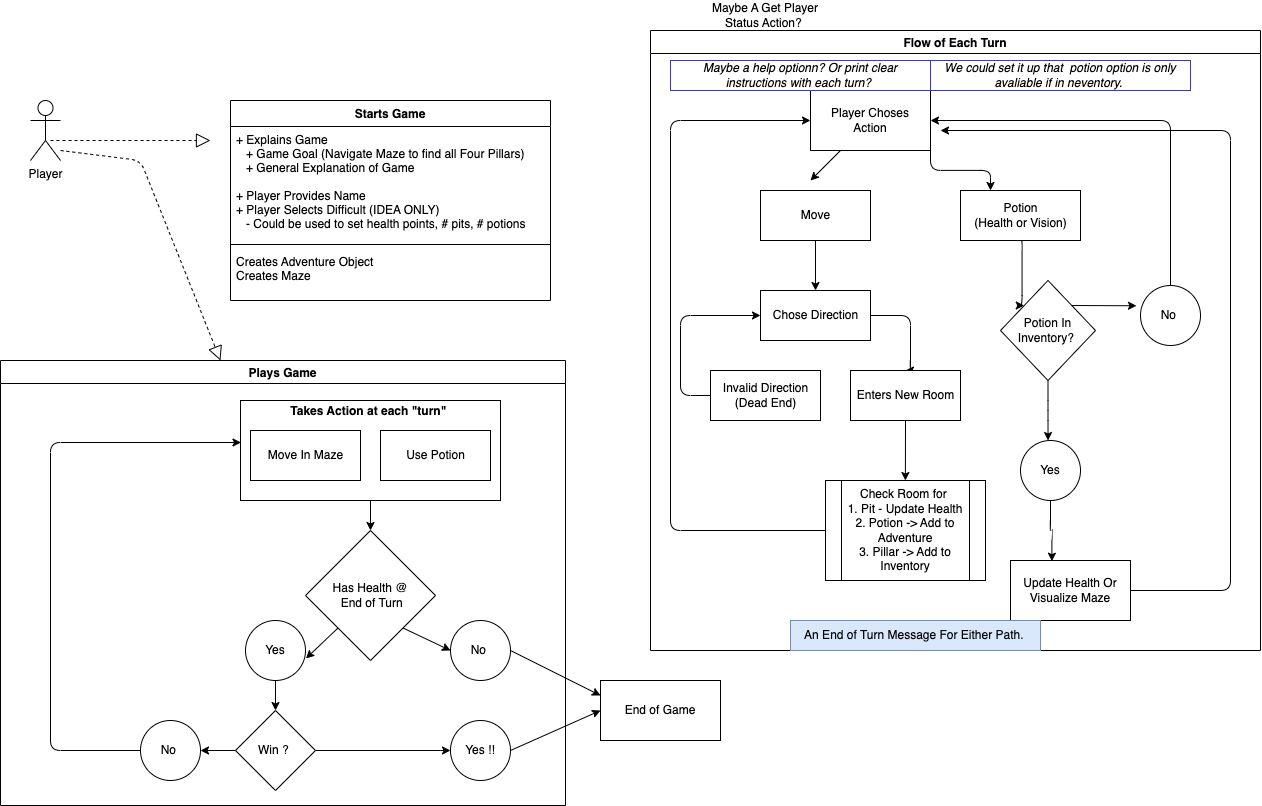
Above: doc/game_play_flow.drawio.png in warlicks/dungon-adventrue (draw.io), before the change. Source tidied: cells renumbered, new cells last; positions are measured from the earlier drawing's top-left corner, leaving out a move shared by most shapes. The source it was exported from:
```xml
<mxGraphModel>
  <root>
    <mxCell id="0" />
    <mxCell id="1" parent="0" />
    <mxCell id="2" value="Player" style="shape=umlActor;verticalLabelPosition=bottom;verticalAlign=top;html=1;" parent="1" vertex="1">
      <mxGeometry x="30" y="100" width="30" height="60" as="geometry" />
    </mxCell>
    <mxCell id="3" style="endArrow=block;dashed=1;endFill=0;endSize=12;html=1;" parent="1" edge="1">
      <mxGeometry relative="1" as="geometry">
        <mxPoint x="50" y="140" as="sourcePoint" />
        <mxPoint x="210" y="140" as="targetPoint" />
      </mxGeometry>
    </mxCell>
    <mxCell id="4" value="Starts Game" style="swimlane;fontStyle=1;align=center;verticalAlign=top;horizontal=1;startSize=26;" parent="1" vertex="1">
      <mxGeometry x="230" y="100" width="320" height="200" as="geometry" />
    </mxCell>
    <mxCell id="5" value="+ Explains Game&#10;   + Game Goal (Navigate Maze to find all Four Pillars)&#10;   + General Explanation of Game&#10;&#10;+ Player Provides Name&#10;+ Player Selects Difficult (IDEA ONLY) &#10;   - Could be used to set health points, # pits, # potions&#10; " style="text;strokeColor=none;fillColor=none;align=left;verticalAlign=top;spacingLeft=4;spacingRight=4;overflow=hidden;" parent="4" vertex="1">
      <mxGeometry y="26" width="320" height="114" as="geometry" />
    </mxCell>
    <mxCell id="6" style="line;strokeWidth=1;fillColor=none;align=left;verticalAlign=middle;spacingTop=-1;spacingLeft=3;spacingRight=3;labelPosition=right;strokeColor=inherit;" parent="4" vertex="1">
      <mxGeometry y="140" width="320" height="8" as="geometry" />
    </mxCell>
    <mxCell id="7" value="Creates Adventure Object&#10;Creates Maze " style="text;strokeColor=none;fillColor=none;align=left;verticalAlign=top;spacingLeft=4;spacingRight=4;overflow=hidden;" parent="4" vertex="1">
      <mxGeometry y="148" width="320" height="52" as="geometry" />
    </mxCell>
    <mxCell id="8" style="endArrow=block;dashed=1;endFill=0;endSize=12;html=1;" parent="1" edge="1">
      <mxGeometry relative="1" as="geometry">
        <mxPoint x="60" y="150" as="sourcePoint" />
        <mxPoint x="220" y="360" as="targetPoint" />
        <Array as="points">
          <mxPoint x="140" y="160" />
        </Array>
      </mxGeometry>
    </mxCell>
    <mxCell id="9" style="edgeStyle=none;html=1;exitX=0.5;exitY=1;exitDx=0;exitDy=0;entryX=0.5;entryY=0;entryDx=0;entryDy=0;" parent="1" edge="1" source="10" target="15">
      <mxGeometry relative="1" as="geometry" />
    </mxCell>
    <mxCell id="10" value="&lt;p style=&quot;margin:0px;margin-top:4px;text-align:center;&quot;&gt;&lt;b&gt;Takes Action at each &quot;turn&quot;&amp;nbsp;&lt;/b&gt;&lt;/p&gt;&lt;p style=&quot;margin:0px;margin-top:4px;text-align:center;&quot;&gt;&lt;br&gt;&lt;/p&gt;" style="verticalAlign=top;align=left;overflow=fill;fontSize=12;fontFamily=Helvetica;html=1;" parent="1" vertex="1">
      <mxGeometry x="240" y="400" width="260" height="100" as="geometry" />
    </mxCell>
    <mxCell id="11" value="Move In Maze" style="html=1;" parent="1" vertex="1">
      <mxGeometry x="250" y="430" width="110" height="50" as="geometry" />
    </mxCell>
    <mxCell id="12" value="Use Potion" style="html=1;" parent="1" vertex="1">
      <mxGeometry x="380" y="430" width="110" height="50" as="geometry" />
    </mxCell>
    <mxCell id="13" style="edgeStyle=none;html=1;exitX=0;exitY=1;exitDx=0;exitDy=0;entryX=1.008;entryY=0.633;entryDx=0;entryDy=0;entryPerimeter=0;" parent="1" edge="1" source="15" target="19">
      <mxGeometry relative="1" as="geometry" />
    </mxCell>
    <mxCell id="14" style="edgeStyle=none;html=1;exitX=1;exitY=1;exitDx=0;exitDy=0;entryX=0;entryY=0.5;entryDx=0;entryDy=0;" parent="1" edge="1" source="15" target="17">
      <mxGeometry relative="1" as="geometry" />
    </mxCell>
    <mxCell id="15" value="Has Health @&lt;br&gt;&amp;nbsp;End of Turn" style="rhombus;whiteSpace=wrap;html=1;" parent="1" vertex="1">
      <mxGeometry x="305" y="530" width="130" height="130" as="geometry" />
    </mxCell>
    <mxCell id="16" style="edgeStyle=none;html=1;exitX=1;exitY=0.5;exitDx=0;exitDy=0;entryX=0;entryY=0.25;entryDx=0;entryDy=0;" parent="1" edge="1" source="17" target="56">
      <mxGeometry relative="1" as="geometry" />
    </mxCell>
    <mxCell id="17" value="No&amp;nbsp;" style="ellipse;whiteSpace=wrap;html=1;" parent="1" vertex="1">
      <mxGeometry x="450" y="620" width="60" height="60" as="geometry" />
    </mxCell>
    <mxCell id="18" style="edgeStyle=none;html=1;exitX=0.5;exitY=1;exitDx=0;exitDy=0;entryX=0.5;entryY=0;entryDx=0;entryDy=0;" parent="1" edge="1" source="19" target="22">
      <mxGeometry relative="1" as="geometry" />
    </mxCell>
    <mxCell id="19" value="Yes" style="ellipse;whiteSpace=wrap;html=1;" parent="1" vertex="1">
      <mxGeometry x="245" y="620" width="60" height="60" as="geometry" />
    </mxCell>
    <mxCell id="20" style="edgeStyle=none;html=1;exitX=0;exitY=0.5;exitDx=0;exitDy=0;entryX=1;entryY=0.5;entryDx=0;entryDy=0;" parent="1" edge="1" source="22" target="26">
      <mxGeometry relative="1" as="geometry" />
    </mxCell>
    <mxCell id="21" style="edgeStyle=none;html=1;exitX=1;exitY=0.5;exitDx=0;exitDy=0;entryX=0;entryY=0.5;entryDx=0;entryDy=0;" parent="1" edge="1" source="22" target="24">
      <mxGeometry relative="1" as="geometry" />
    </mxCell>
    <mxCell id="22" value="Win ?&amp;nbsp;" style="rhombus;whiteSpace=wrap;html=1;" parent="1" vertex="1">
      <mxGeometry x="235" y="710" width="80" height="80" as="geometry" />
    </mxCell>
    <mxCell id="23" style="edgeStyle=none;html=1;exitX=1;exitY=0.5;exitDx=0;exitDy=0;entryX=0;entryY=0.5;entryDx=0;entryDy=0;" parent="1" edge="1" source="24" target="56">
      <mxGeometry relative="1" as="geometry" />
    </mxCell>
    <mxCell id="24" value="Yes !!" style="ellipse;whiteSpace=wrap;html=1;" parent="1" vertex="1">
      <mxGeometry x="450" y="720" width="60" height="60" as="geometry" />
    </mxCell>
    <mxCell id="25" style="edgeStyle=elbowEdgeStyle;html=1;exitX=0;exitY=0.5;exitDx=0;exitDy=0;entryX=0.002;entryY=0.42;entryDx=0;entryDy=0;entryPerimeter=0;" parent="1" edge="1" source="26" target="10">
      <mxGeometry relative="1" as="geometry">
        <Array as="points">
          <mxPoint x="50" y="590" />
        </Array>
      </mxGeometry>
    </mxCell>
    <mxCell id="26" value="No&amp;nbsp;" style="ellipse;whiteSpace=wrap;html=1;" parent="1" vertex="1">
      <mxGeometry x="140" y="720" width="60" height="60" as="geometry" />
    </mxCell>
    <mxCell id="27" value="Plays Game" style="swimlane;" parent="1" vertex="1">
      <mxGeometry y="360" width="565" height="445" as="geometry" />
    </mxCell>
    <mxCell id="28" style="html=1;exitX=0.25;exitY=1;exitDx=0;exitDy=0;" parent="1" edge="1" source="30">
      <mxGeometry relative="1" as="geometry">
        <mxPoint x="810" y="180" as="targetPoint" />
      </mxGeometry>
    </mxCell>
    <mxCell id="29" style="edgeStyle=elbowEdgeStyle;elbow=vertical;html=1;exitX=1;exitY=1;exitDx=0;exitDy=0;entryX=0.25;entryY=0;entryDx=0;entryDy=0;" parent="1" edge="1" source="30" target="42">
      <mxGeometry relative="1" as="geometry" />
    </mxCell>
    <mxCell id="30" value="Player Choses &lt;br&gt;Action" style="rounded=0;whiteSpace=wrap;html=1;" parent="1" vertex="1">
      <mxGeometry x="810" y="90" width="120" height="60" as="geometry" />
    </mxCell>
    <mxCell id="31" style="edgeStyle=none;html=1;exitX=0.5;exitY=1;exitDx=0;exitDy=0;entryX=0.5;entryY=0;entryDx=0;entryDy=0;" parent="1" edge="1" source="32" target="34">
      <mxGeometry relative="1" as="geometry" />
    </mxCell>
    <mxCell id="32" value="Move" style="html=1;" parent="1" vertex="1">
      <mxGeometry x="760" y="190" width="110" height="50" as="geometry" />
    </mxCell>
    <mxCell id="33" style="edgeStyle=elbowEdgeStyle;html=1;exitX=1;exitY=0.5;exitDx=0;exitDy=0;entryX=0.5;entryY=0;entryDx=0;entryDy=0;" parent="1" edge="1" source="34" target="38">
      <mxGeometry relative="1" as="geometry">
        <Array as="points">
          <mxPoint x="910" y="330" />
        </Array>
      </mxGeometry>
    </mxCell>
    <mxCell id="34" value="Chose Direction" style="html=1;" parent="1" vertex="1">
      <mxGeometry x="760" y="290" width="110" height="50" as="geometry" />
    </mxCell>
    <mxCell id="35" style="edgeStyle=elbowEdgeStyle;html=1;exitX=0;exitY=0.5;exitDx=0;exitDy=0;entryX=0;entryY=0.5;entryDx=0;entryDy=0;" parent="1" edge="1" source="36" target="34">
      <mxGeometry relative="1" as="geometry">
        <Array as="points">
          <mxPoint x="680" y="360" />
        </Array>
      </mxGeometry>
    </mxCell>
    <mxCell id="36" value="Invalid Direction &lt;br&gt;(Dead End)" style="html=1;" parent="1" vertex="1">
      <mxGeometry x="710" y="370" width="110" height="50" as="geometry" />
    </mxCell>
    <mxCell id="37" style="edgeStyle=elbowEdgeStyle;html=1;exitX=0.5;exitY=1;exitDx=0;exitDy=0;entryX=0.5;entryY=0;entryDx=0;entryDy=0;" parent="1" edge="1" source="38" target="40">
      <mxGeometry relative="1" as="geometry" />
    </mxCell>
    <mxCell id="38" value="Enters New Room" style="html=1;" parent="1" vertex="1">
      <mxGeometry x="850" y="370" width="110" height="50" as="geometry" />
    </mxCell>
    <mxCell id="39" style="edgeStyle=elbowEdgeStyle;html=1;exitX=0;exitY=0.5;exitDx=0;exitDy=0;entryX=0;entryY=0.5;entryDx=0;entryDy=0;" parent="1" edge="1" source="40" target="30">
      <mxGeometry relative="1" as="geometry">
        <Array as="points">
          <mxPoint x="670" y="340" />
        </Array>
      </mxGeometry>
    </mxCell>
    <mxCell id="40" value="Check Room for&amp;nbsp;&lt;br&gt;1. Pit - Update Health&lt;br&gt;2. Potion -&amp;gt; Add to Adventure&lt;br&gt;3. Pillar -&amp;gt; Add to Inventory" style="shape=process;whiteSpace=wrap;html=1;backgroundOutline=1;" parent="1" vertex="1">
      <mxGeometry x="825" y="480" width="160" height="100" as="geometry" />
    </mxCell>
    <mxCell id="41" style="edgeStyle=elbowEdgeStyle;html=1;exitX=0.5;exitY=1;exitDx=0;exitDy=0;entryX=0;entryY=0;entryDx=0;entryDy=0;" parent="1" edge="1" source="42" target="45">
      <mxGeometry relative="1" as="geometry" />
    </mxCell>
    <mxCell id="42" value="Potion &lt;br&gt;(Health or Vision)" style="html=1;" parent="1" vertex="1">
      <mxGeometry x="960" y="190" width="120" height="50" as="geometry" />
    </mxCell>
    <mxCell id="43" style="edgeStyle=none;html=1;exitX=1;exitY=0;exitDx=0;exitDy=0;entryX=-0.067;entryY=0.338;entryDx=0;entryDy=0;entryPerimeter=0;" parent="1" edge="1" source="45" target="47">
      <mxGeometry relative="1" as="geometry" />
    </mxCell>
    <mxCell id="44" style="edgeStyle=elbowEdgeStyle;elbow=vertical;html=1;exitX=0.5;exitY=1;exitDx=0;exitDy=0;" parent="1" edge="1" source="45">
      <mxGeometry relative="1" as="geometry">
        <mxPoint x="1047.5" y="440" as="targetPoint" />
      </mxGeometry>
    </mxCell>
    <mxCell id="45" value="Potion In Inventory?&amp;nbsp;" style="rhombus;whiteSpace=wrap;html=1;" parent="1" vertex="1">
      <mxGeometry x="1000" y="280" width="95" height="100" as="geometry" />
    </mxCell>
    <mxCell id="46" style="edgeStyle=elbowEdgeStyle;html=1;exitX=0.5;exitY=0;exitDx=0;exitDy=0;entryX=1;entryY=0.5;entryDx=0;entryDy=0;elbow=vertical;" parent="1" edge="1" source="47" target="30">
      <mxGeometry relative="1" as="geometry">
        <Array as="points">
          <mxPoint x="1070" y="120" />
        </Array>
      </mxGeometry>
    </mxCell>
    <mxCell id="47" value="No&amp;nbsp;" style="ellipse;whiteSpace=wrap;html=1;" parent="1" vertex="1">
      <mxGeometry x="1140" y="285" width="60" height="60" as="geometry" />
    </mxCell>
    <mxCell id="48" style="edgeStyle=elbowEdgeStyle;elbow=vertical;html=1;exitX=0.5;exitY=1;exitDx=0;exitDy=0;entryX=0.345;entryY=0.012;entryDx=0;entryDy=0;entryPerimeter=0;" parent="1" edge="1" source="49" target="51">
      <mxGeometry relative="1" as="geometry" />
    </mxCell>
    <mxCell id="49" value="Yes" style="ellipse;whiteSpace=wrap;html=1;" parent="1" vertex="1">
      <mxGeometry x="1020" y="440" width="60" height="60" as="geometry" />
    </mxCell>
    <mxCell id="50" style="edgeStyle=elbowEdgeStyle;html=1;exitX=1;exitY=0.5;exitDx=0;exitDy=0;" parent="1" edge="1" source="51">
      <mxGeometry relative="1" as="geometry">
        <mxPoint x="940" y="130" as="targetPoint" />
        <Array as="points">
          <mxPoint x="1230" y="300" />
        </Array>
      </mxGeometry>
    </mxCell>
    <mxCell id="51" value="Update Health Or Visualize Maze" style="rounded=0;whiteSpace=wrap;html=1;" parent="1" vertex="1">
      <mxGeometry x="1010" y="560" width="120" height="60" as="geometry" />
    </mxCell>
    <mxCell id="52" value="Flow of Each Turn" style="swimlane;" parent="1" vertex="1">
      <mxGeometry x="650" y="30" width="610" height="620" as="geometry" />
    </mxCell>
    <mxCell id="53" value="&lt;i&gt;We could set it up that&amp;nbsp; potion option is only avaliable if in neventory.&amp;nbsp;&lt;/i&gt;" style="text;html=1;strokeColor=#3333FF;fillColor=none;align=center;verticalAlign=middle;whiteSpace=wrap;rounded=0;" parent="52" vertex="1">
      <mxGeometry x="280" y="30" width="260" height="30" as="geometry" />
    </mxCell>
    <mxCell id="54" value="&lt;i&gt;Maybe a help optionn? Or print clear instructions with each turn?&amp;nbsp;&lt;br&gt;&lt;/i&gt;" style="text;html=1;strokeColor=#3333FF;fillColor=none;align=center;verticalAlign=middle;whiteSpace=wrap;rounded=0;" parent="52" vertex="1">
      <mxGeometry x="20" y="30" width="260" height="30" as="geometry" />
    </mxCell>
    <mxCell id="55" value="An End of Turn Message For Either Path.&amp;nbsp;" style="text;html=1;align=center;verticalAlign=middle;strokeColor=#6c8ebf;fillColor=#dae8fc;" parent="52" vertex="1">
      <mxGeometry x="140" y="590" width="250" height="30" as="geometry" />
    </mxCell>
    <mxCell id="56" value="End of Game" style="rounded=0;whiteSpace=wrap;html=1;" parent="1" vertex="1">
      <mxGeometry x="600" y="680" width="120" height="60" as="geometry" />
    </mxCell>
    <mxCell id="57" value="Maybe A Get Player Status Action?&amp;nbsp;" style="text;html=1;strokeColor=none;fillColor=none;align=center;verticalAlign=middle;whiteSpace=wrap;rounded=0;" parent="1" vertex="1">
      <mxGeometry x="695" width="140" height="30" as="geometry" />
    </mxCell>
  </root>
</mxGraphModel>
```
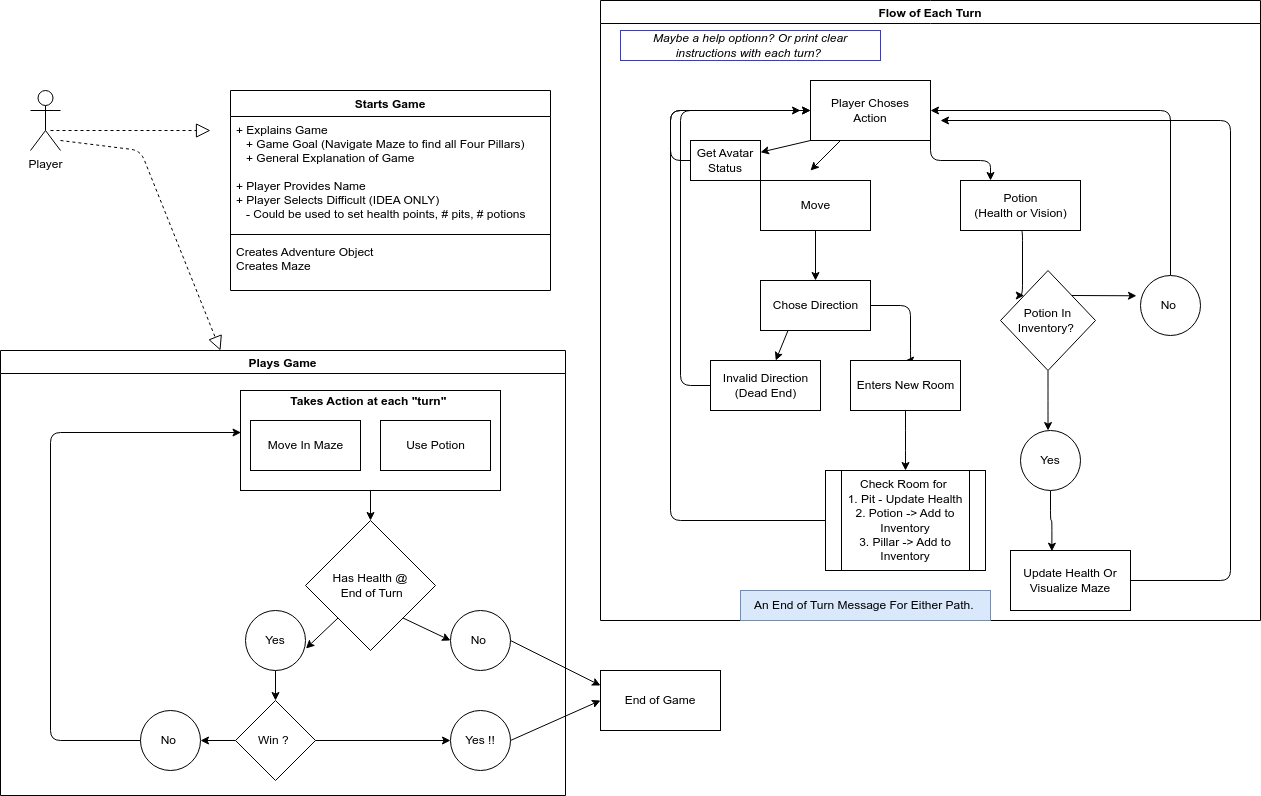
After the commit.

Diff of the diagram source:
```diff
@@ -101,6 +101,9 @@
     <mxCell id="29" style="edgeStyle=elbowEdgeStyle;elbow=vertical;html=1;exitX=1;exitY=1;exitDx=0;exitDy=0;entryX=0.25;entryY=0;entryDx=0;entryDy=0;" parent="1" edge="1" source="30" target="42">
       <mxGeometry relative="1" as="geometry" />
     </mxCell>
+    <mxCell id="58" style="edgeStyle=none;html=1;exitX=0;exitY=1;exitDx=0;exitDy=0;" parent="1" edge="1" source="30" target="60">
+      <mxGeometry relative="1" as="geometry" />
+    </mxCell>
     <mxCell id="30" value="Player Choses &lt;br&gt;Action" style="rounded=0;whiteSpace=wrap;html=1;" parent="1" vertex="1">
       <mxGeometry x="810" y="90" width="120" height="60" as="geometry" />
     </mxCell>
@@ -117,11 +120,15 @@
         </Array>
       </mxGeometry>
     </mxCell>
+    <mxCell id="59" style="edgeStyle=none;html=1;exitX=0.25;exitY=1;exitDx=0;exitDy=0;" parent="1" edge="1" source="34" target="36">
+      <mxGeometry relative="1" as="geometry" />
+    </mxCell>
     <mxCell id="34" value="Chose Direction" style="html=1;" parent="1" vertex="1">
       <mxGeometry x="760" y="290" width="110" height="50" as="geometry" />
     </mxCell>
-    <mxCell id="35" style="edgeStyle=elbowEdgeStyle;html=1;exitX=0;exitY=0.5;exitDx=0;exitDy=0;entryX=0;entryY=0.5;entryDx=0;entryDy=0;" parent="1" edge="1" source="36" target="34">
+    <mxCell id="35" style="edgeStyle=elbowEdgeStyle;html=1;exitX=0;exitY=0.5;exitDx=0;exitDy=0;" parent="1" edge="1" source="36">
       <mxGeometry relative="1" as="geometry">
+        <mxPoint x="800" y="120" as="targetPoint" />
         <Array as="points">
           <mxPoint x="680" y="360" />
         </Array>
@@ -143,7 +150,7 @@
         </Array>
       </mxGeometry>
     </mxCell>
-    <mxCell id="40" value="Check Room for&amp;nbsp;&lt;br&gt;1. Pit - Update Health&lt;br&gt;2. Potion -&amp;gt; Add to Adventure&lt;br&gt;3. Pillar -&amp;gt; Add to Inventory" style="shape=process;whiteSpace=wrap;html=1;backgroundOutline=1;" parent="1" vertex="1">
+    <mxCell id="40" value="Check Room for&amp;nbsp;&lt;br&gt;1. Pit - Update Health&lt;br&gt;2. Potion -&amp;gt; Add to Inventory&lt;br&gt;3. Pillar -&amp;gt; Add to Inventory" style="shape=process;whiteSpace=wrap;html=1;backgroundOutline=1;" parent="1" vertex="1">
       <mxGeometry x="825" y="480" width="160" height="100" as="geometry" />
     </mxCell>
     <mxCell id="41" style="edgeStyle=elbowEdgeStyle;html=1;exitX=0.5;exitY=1;exitDx=0;exitDy=0;entryX=0;entryY=0;entryDx=0;entryDy=0;" parent="1" edge="1" source="42" target="45">
@@ -191,22 +198,26 @@
       <mxGeometry x="1010" y="560" width="120" height="60" as="geometry" />
     </mxCell>
     <mxCell id="52" value="Flow of Each Turn" style="swimlane;" parent="1" vertex="1">
-      <mxGeometry x="650" y="30" width="610" height="620" as="geometry" />
+      <mxGeometry x="600" y="10" width="660" height="620" as="geometry" />
     </mxCell>
-    <mxCell id="53" value="&lt;i&gt;We could set it up that&amp;nbsp; potion option is only avaliable if in neventory.&amp;nbsp;&lt;/i&gt;" style="text;html=1;strokeColor=#3333FF;fillColor=none;align=center;verticalAlign=middle;whiteSpace=wrap;rounded=0;" parent="52" vertex="1">
-      <mxGeometry x="280" y="30" width="260" height="30" as="geometry" />
-    </mxCell>
     <mxCell id="54" value="&lt;i&gt;Maybe a help optionn? Or print clear instructions with each turn?&amp;nbsp;&lt;br&gt;&lt;/i&gt;" style="text;html=1;strokeColor=#3333FF;fillColor=none;align=center;verticalAlign=middle;whiteSpace=wrap;rounded=0;" parent="52" vertex="1">
       <mxGeometry x="20" y="30" width="260" height="30" as="geometry" />
     </mxCell>
     <mxCell id="55" value="An End of Turn Message For Either Path.&amp;nbsp;" style="text;html=1;align=center;verticalAlign=middle;strokeColor=#6c8ebf;fillColor=#dae8fc;" parent="52" vertex="1">
       <mxGeometry x="140" y="590" width="250" height="30" as="geometry" />
     </mxCell>
+    <mxCell id="60" value="Get Avatar Status" style="rounded=0;whiteSpace=wrap;html=1;" parent="52" vertex="1">
+      <mxGeometry x="90" y="140" width="70" height="40" as="geometry" />
+    </mxCell>
     <mxCell id="56" value="End of Game" style="rounded=0;whiteSpace=wrap;html=1;" parent="1" vertex="1">
       <mxGeometry x="600" y="680" width="120" height="60" as="geometry" />
     </mxCell>
-    <mxCell id="57" value="Maybe A Get Player Status Action?&amp;nbsp;" style="text;html=1;strokeColor=none;fillColor=none;align=center;verticalAlign=middle;whiteSpace=wrap;rounded=0;" parent="1" vertex="1">
-      <mxGeometry x="695" width="140" height="30" as="geometry" />
-    </mxCell>
+    <mxCell id="61" style="edgeStyle=elbowEdgeStyle;html=1;exitX=0;exitY=0.5;exitDx=0;exitDy=0;entryX=0;entryY=0.5;entryDx=0;entryDy=0;" parent="1" edge="1" source="60" target="30">
+      <mxGeometry relative="1" as="geometry">
+        <Array as="points">
+          <mxPoint x="670" y="170" />
+        </Array>
+      </mxGeometry>
+    </mxCell>
   </root>
 </mxGraphModel>
```
